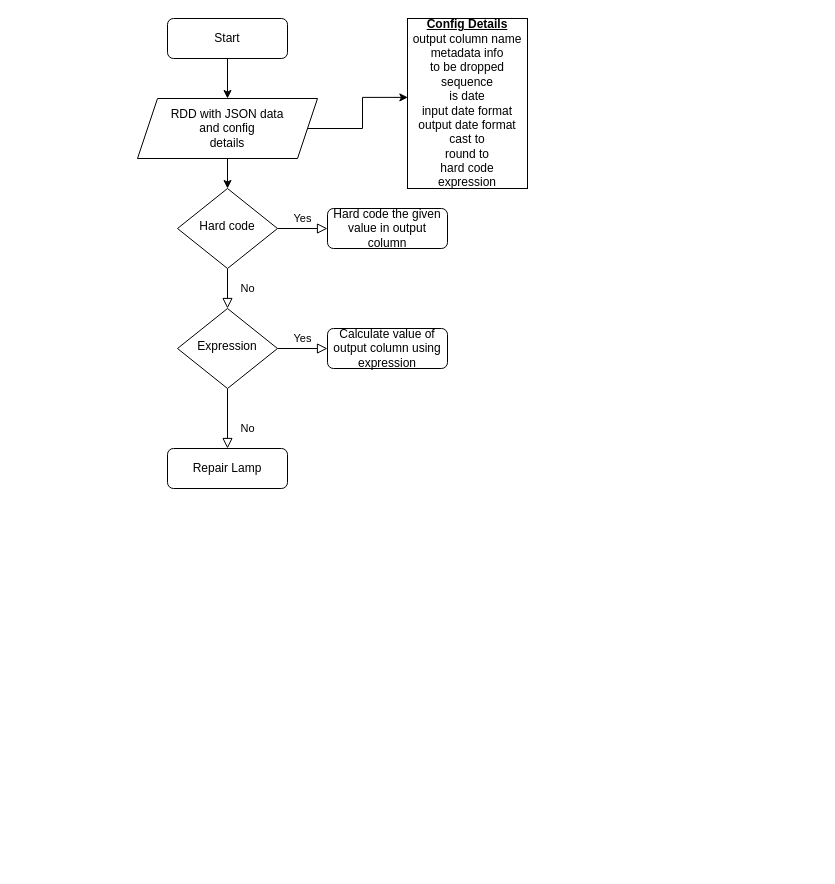
Earlier version of the draw.io diagram JSONParsing.drawio (praneethsai83/GenericProcessing). Source tidied: cells renumbered, new cells numbered last; positions are measured from the earlier drawing's top-left corner, leaving out a move shared by most shapes. Both pictures are drawn from the tidied source at 100%, with x=0, y=0 at pixel (137, 18).
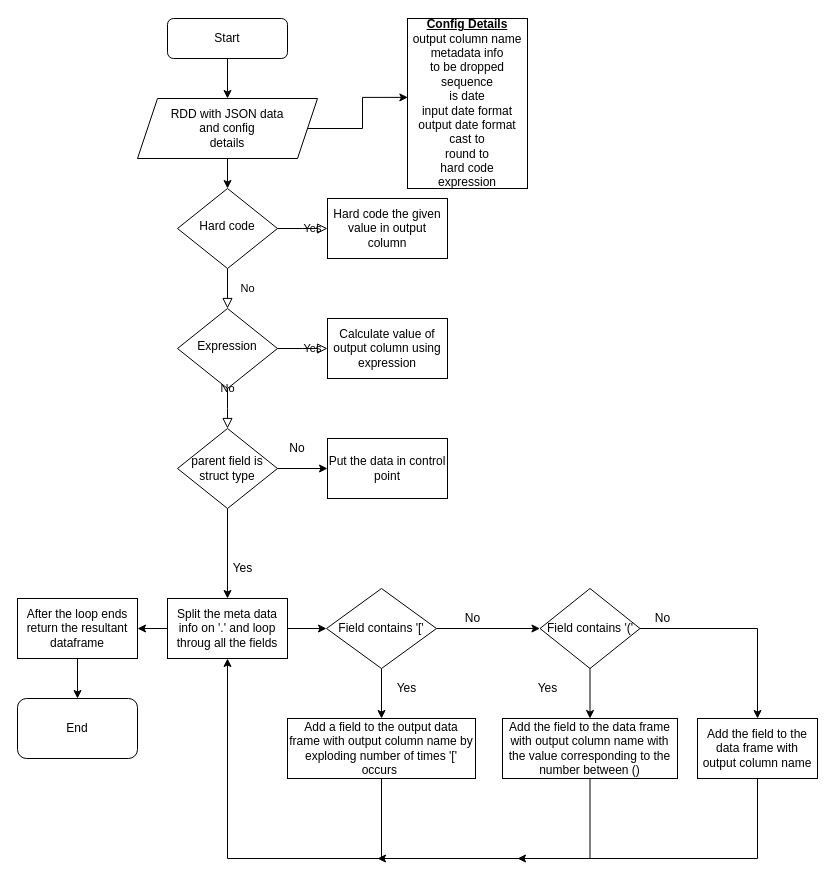
The same diagram, later.

The change refers to these unchanged cells:
```xml
<mxCell id="6" value="Hard code" style="rhombus;whiteSpace=wrap;html=1;shadow=0;fontFamily=Helvetica;fontSize=12;align=center;strokeWidth=1;spacing=6;spacingTop=-4;" parent="1" vertex="1">
  <mxGeometry x="40" y="170" width="100" height="80" as="geometry" />
</mxCell>
<mxCell id="10" value="Expression" style="rhombus;whiteSpace=wrap;html=1;shadow=0;fontFamily=Helvetica;fontSize=12;align=center;strokeWidth=1;spacing=6;spacingTop=-4;" parent="1" vertex="1">
  <mxGeometry x="40" y="290" width="100" height="80" as="geometry" />
</mxCell>
```

Diff of the diagram source:
```diff
@@
-    <mxCell id="5" value="Yes" style="edgeStyle=orthogonalEdgeStyle;rounded=0;html=1;jettySize=auto;fontSize=11;endArrow=block;endFill=0;endSize=8;strokeWidth=1;shadow=0;labelBackgroundColor=none;" parent="1" edge="1" source="6" target="7">
-      <mxGeometry y="10" relative="1" as="geometry" />
+    <mxCell id="5" value="Yes" style="edgeStyle=orthogonalEdgeStyle;rounded=0;html=1;jettySize=auto;fontSize=11;endArrow=block;endFill=0;endSize=8;strokeWidth=1;shadow=0;labelBackgroundColor=none;" parent="1" edge="1" source="6">
+      <mxGeometry y="10" relative="1" as="geometry">
+        <mxPoint x="190" y="210" as="targetPoint" />
+      </mxGeometry>
     </mxCell>
@@
-    <mxCell id="7" value="Hard code the given&lt;br&gt;value in output column" style="rounded=1;whiteSpace=wrap;html=1;fontSize=12;glass=0;strokeWidth=1;shadow=0;" parent="1" vertex="1">
-      <mxGeometry x="190" y="190" width="120" height="40" as="geometry" />
-    </mxCell>
-    <mxCell id="8" value="No" style="rounded=0;html=1;jettySize=auto;fontSize=11;endArrow=block;endFill=0;endSize=8;strokeWidth=1;shadow=0;labelBackgroundColor=none;edgeStyle=orthogonalEdgeStyle;" parent="1" edge="1" source="10" target="11">
-      <mxGeometry x="0.33" y="20" relative="1" as="geometry" />
-    </mxCell>
-    <mxCell id="9" value="Yes" style="edgeStyle=orthogonalEdgeStyle;rounded=0;html=1;jettySize=auto;fontSize=11;endArrow=block;endFill=0;endSize=8;strokeWidth=1;shadow=0;labelBackgroundColor=none;" parent="1" edge="1" source="10" target="12">
-      <mxGeometry y="10" relative="1" as="geometry" />
+    <mxCell id="9" value="Yes" style="edgeStyle=orthogonalEdgeStyle;rounded=0;html=1;jettySize=auto;fontSize=11;endArrow=block;endFill=0;endSize=8;strokeWidth=1;shadow=0;labelBackgroundColor=none;" parent="1" edge="1" source="10">
+      <mxGeometry y="10" relative="1" as="geometry">
+        <mxPoint x="190" y="330" as="targetPoint" />
+      </mxGeometry>
     </mxCell>
@@
-    <mxCell id="11" value="Repair Lamp" style="rounded=1;whiteSpace=wrap;html=1;fontSize=12;glass=0;strokeWidth=1;shadow=0;" parent="1" vertex="1">
-      <mxGeometry x="30" y="430" width="120" height="40" as="geometry" />
-    </mxCell>
-    <mxCell id="12" value="Calculate value of output column using expression" style="rounded=1;whiteSpace=wrap;html=1;fontSize=12;glass=0;strokeWidth=1;shadow=0;" parent="1" vertex="1">
-      <mxGeometry x="190" y="310" width="120" height="40" as="geometry" />
-    </mxCell>
@@
+    <mxCell id="17" value="No" style="rounded=0;html=1;jettySize=auto;fontSize=11;endArrow=block;endFill=0;endSize=8;strokeWidth=1;shadow=0;labelBackgroundColor=none;edgeStyle=orthogonalEdgeStyle;exitX=0.5;exitY=1;exitDx=0;exitDy=0;" parent="1" edge="1" source="10">
+      <mxGeometry y="20" relative="1" as="geometry">
+        <mxPoint x="90" y="410" as="targetPoint" />
+      </mxGeometry>
+    </mxCell>
+    <mxCell id="18" style="edgeStyle=orthogonalEdgeStyle;rounded=0;jettySize=auto;html=1;exitX=1;exitY=0.5;exitDx=0;exitDy=0;entryX=0;entryY=0.5;entryDx=0;entryDy=0;" parent="1" edge="1" source="20" target="22">
+      <mxGeometry relative="1" as="geometry" />
+    </mxCell>
+    <mxCell id="19" style="edgeStyle=orthogonalEdgeStyle;rounded=0;jettySize=auto;html=1;" parent="1" edge="1" source="20" target="25">
+      <mxGeometry relative="1" as="geometry" />
+    </mxCell>
+    <mxCell id="20" value="parent field is struct type" style="rhombus;whiteSpace=wrap;html=1;" parent="1" vertex="1">
+      <mxGeometry x="40" y="410" width="100" height="80" as="geometry" />
+    </mxCell>
+    <mxCell id="21" value="No" style="text;html=1;strokeColor=none;fillColor=none;align=center;verticalAlign=middle;whiteSpace=wrap;rounded=0;" parent="1" vertex="1">
+      <mxGeometry x="140" y="420" width="40" height="20" as="geometry" />
+    </mxCell>
+    <mxCell id="7" value="&lt;span&gt;Hard code the given&lt;/span&gt;&lt;br&gt;&lt;span&gt;value in output column&lt;/span&gt;" style="whiteSpace=wrap;html=1;" parent="1" vertex="1">
+      <mxGeometry x="190" y="180" width="120" height="60" as="geometry" />
+    </mxCell>
+    <mxCell id="12" value="&lt;span&gt;Calculate value of output column using expression&lt;/span&gt;" style="whiteSpace=wrap;html=1;" parent="1" vertex="1">
+      <mxGeometry x="190" y="300" width="120" height="60" as="geometry" />
+    </mxCell>
+    <mxCell id="22" value="Put the data in control point" style="whiteSpace=wrap;html=1;" parent="1" vertex="1">
+      <mxGeometry x="190" y="420" width="120" height="60" as="geometry" />
+    </mxCell>
+    <mxCell id="23" style="edgeStyle=orthogonalEdgeStyle;rounded=0;jettySize=auto;html=1;" parent="1" edge="1" source="25" target="29">
+      <mxGeometry relative="1" as="geometry" />
+    </mxCell>
+    <mxCell id="24" style="edgeStyle=orthogonalEdgeStyle;rounded=0;jettySize=auto;html=1;" parent="1" edge="1" source="25" target="44">
+      <mxGeometry relative="1" as="geometry" />
+    </mxCell>
+    <mxCell id="25" value="Split the meta data info on '.' and loop throug all the fields" style="whiteSpace=wrap;html=1;" parent="1" vertex="1">
+      <mxGeometry x="30" y="580" width="120" height="60" as="geometry" />
+    </mxCell>
+    <mxCell id="26" value="Yes" style="text;html=1;align=center;verticalAlign=middle;strokeColor=none;" parent="1" vertex="1">
+      <mxGeometry x="90" y="540" width="30" height="20" as="geometry" />
+    </mxCell>
+    <mxCell id="27" style="edgeStyle=orthogonalEdgeStyle;rounded=0;jettySize=auto;html=1;" parent="1" edge="1" source="29" target="32">
+      <mxGeometry relative="1" as="geometry" />
+    </mxCell>
+    <mxCell id="28" style="edgeStyle=orthogonalEdgeStyle;rounded=0;jettySize=auto;html=1;" parent="1" edge="1" source="29" target="34">
+      <mxGeometry relative="1" as="geometry" />
+    </mxCell>
+    <mxCell id="29" value="Field contains '['" style="rhombus;whiteSpace=wrap;html=1;" parent="1" vertex="1">
+      <mxGeometry x="189" y="570" width="110" height="80" as="geometry" />
+    </mxCell>
+    <mxCell id="30" style="edgeStyle=orthogonalEdgeStyle;rounded=0;jettySize=auto;html=1;entryX=0.5;entryY=0;entryDx=0;entryDy=0;" parent="1" edge="1" source="32" target="38">
+      <mxGeometry relative="1" as="geometry" />
+    </mxCell>
+    <mxCell id="31" style="edgeStyle=orthogonalEdgeStyle;rounded=0;jettySize=auto;html=1;" parent="1" edge="1" source="32" target="36">
+      <mxGeometry relative="1" as="geometry" />
+    </mxCell>
+    <mxCell id="32" value="Field contains '('" style="rhombus;whiteSpace=wrap;html=1;" parent="1" vertex="1">
+      <mxGeometry x="402.5" y="570" width="100" height="80" as="geometry" />
+    </mxCell>
+    <mxCell id="33" style="edgeStyle=orthogonalEdgeStyle;rounded=0;jettySize=auto;html=1;exitX=0.5;exitY=1;exitDx=0;exitDy=0;entryX=0.5;entryY=1;entryDx=0;entryDy=0;" parent="1" edge="1" source="34" target="25">
+      <mxGeometry relative="1" as="geometry">
+        <Array as="points">
+          <mxPoint x="244" y="840" />
+          <mxPoint x="90" y="840" />
+        </Array>
+      </mxGeometry>
+    </mxCell>
+    <mxCell id="34" value="Add a field to the output data frame with output column name by exploding number of times '[' occurs&amp;nbsp;" style="whiteSpace=wrap;html=1;" parent="1" vertex="1">
+      <mxGeometry x="150" y="700" width="188" height="60" as="geometry" />
+    </mxCell>
+    <mxCell id="35" style="edgeStyle=orthogonalEdgeStyle;rounded=0;jettySize=auto;html=1;exitX=0.5;exitY=1;exitDx=0;exitDy=0;" parent="1" edge="1" source="36">
+      <mxGeometry relative="1" as="geometry">
+        <mxPoint x="240" y="840" as="targetPoint" />
+        <Array as="points">
+          <mxPoint x="453" y="840" />
+        </Array>
+      </mxGeometry>
+    </mxCell>
+    <mxCell id="36" value="&lt;span&gt;Add the field to the data frame with output column name with the value corresponding to the number between ()&lt;/span&gt;" style="whiteSpace=wrap;html=1;" parent="1" vertex="1">
+      <mxGeometry x="365" y="700" width="175" height="60" as="geometry" />
+    </mxCell>
+    <mxCell id="37" style="edgeStyle=orthogonalEdgeStyle;rounded=0;jettySize=auto;html=1;exitX=0.5;exitY=1;exitDx=0;exitDy=0;" parent="1" edge="1" source="38">
+      <mxGeometry relative="1" as="geometry">
+        <mxPoint x="380" y="840" as="targetPoint" />
+        <Array as="points">
+          <mxPoint x="620" y="840" />
+        </Array>
+      </mxGeometry>
+    </mxCell>
+    <mxCell id="38" value="Add the field to the data frame with output column name" style="whiteSpace=wrap;html=1;" parent="1" vertex="1">
+      <mxGeometry x="560" y="700" width="120" height="60" as="geometry" />
+    </mxCell>
+    <mxCell id="39" value="No" style="text;html=1;align=center;verticalAlign=middle;strokeColor=none;" parent="1" vertex="1">
+      <mxGeometry x="510" y="590" width="30" height="20" as="geometry" />
+    </mxCell>
+    <mxCell id="40" value="No" style="text;html=1;align=center;verticalAlign=middle;strokeColor=none;" parent="1" vertex="1">
+      <mxGeometry x="320" y="590" width="30" height="20" as="geometry" />
+    </mxCell>
+    <mxCell id="41" value="Yes" style="text;html=1;align=center;verticalAlign=middle;strokeColor=none;" parent="1" vertex="1">
+      <mxGeometry x="254" y="660" width="30" height="20" as="geometry" />
+    </mxCell>
+    <mxCell id="42" value="Yes" style="text;html=1;align=center;verticalAlign=middle;strokeColor=none;" parent="1" vertex="1">
+      <mxGeometry x="395" y="660" width="30" height="20" as="geometry" />
+    </mxCell>
+    <mxCell id="43" style="edgeStyle=orthogonalEdgeStyle;rounded=0;jettySize=auto;html=1;" parent="1" edge="1" source="44" target="45">
+      <mxGeometry relative="1" as="geometry" />
+    </mxCell>
+    <mxCell id="44" value="After the loop ends return the resultant dataframe" style="whiteSpace=wrap;html=1;" parent="1" vertex="1">
+      <mxGeometry x="-120" y="580" width="120" height="60" as="geometry" />
+    </mxCell>
+    <mxCell id="45" value="End" style="rounded=1;whiteSpace=wrap;html=1;" parent="1" vertex="1">
+      <mxGeometry x="-120" y="680" width="120" height="60" as="geometry" />
+    </mxCell>
```
